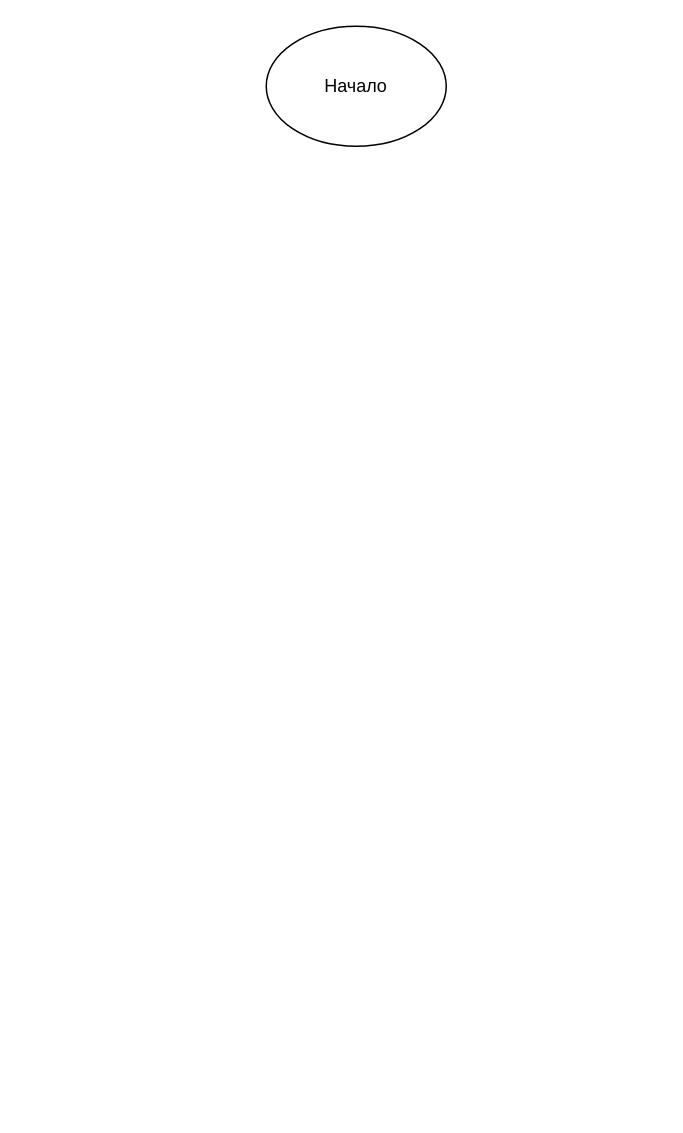
Above: Module12_1.drawio in Khavrolev/UserList (draw.io), before the change. Source tidied: cells renumbered, new cells numbered last; positions are measured from the earlier drawing's top-left corner, leaving out a move shared by most shapes. Both pictures are drawn from the tidied source at 150%, with x=0, y=0 at pixel (266, 26).
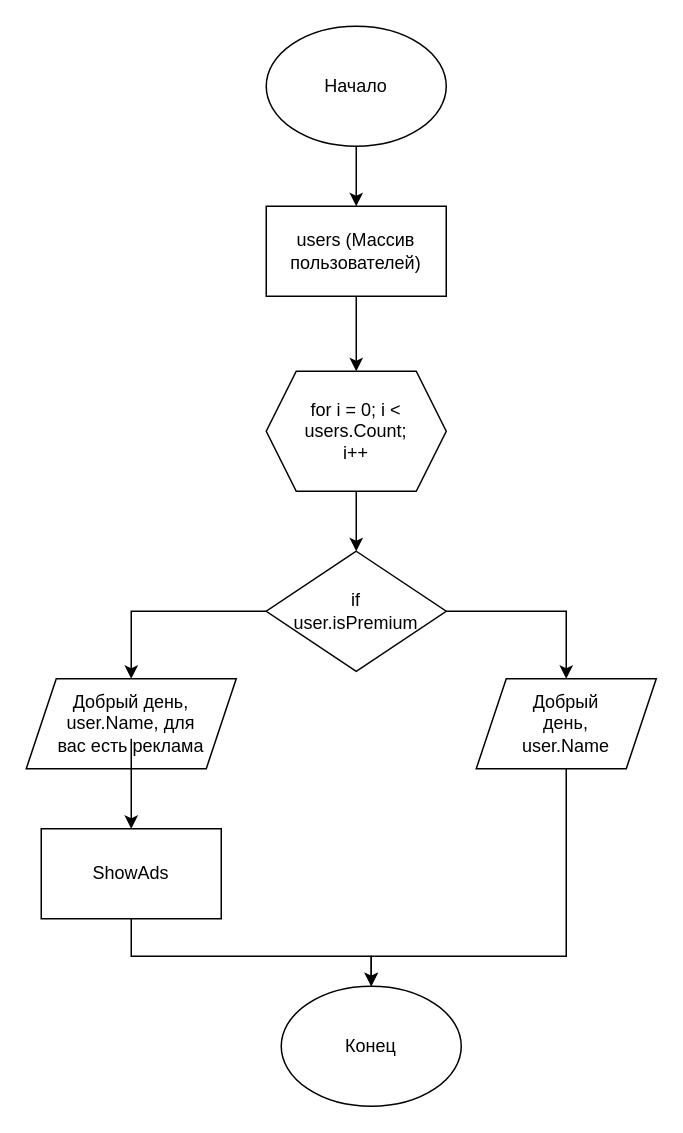
After the change.

Unchanged cells that the change refers to:
```xml
<mxCell id="2" style="ellipse;whiteSpace=wrap;html=1;" parent="1" vertex="1">
  <mxGeometry width="120" height="80" as="geometry" />
</mxCell>
```

The edit, as a diff of the source:
```diff
@@
+    <mxCell id="4" style="edgeStyle=orthogonalEdgeStyle;rounded=0;jettySize=auto;html=1;" parent="1" edge="1" source="5" target="9">
+      <mxGeometry relative="1" as="geometry" />
+    </mxCell>
+    <mxCell id="5" style="rounded=0;whiteSpace=wrap;html=1;" parent="1" vertex="1">
+      <mxGeometry y="120" width="120" height="60" as="geometry" />
+    </mxCell>
+    <mxCell id="6" style="edgeStyle=orthogonalEdgeStyle;rounded=0;jettySize=auto;html=1;" parent="1" edge="1" source="2">
+      <mxGeometry relative="1" as="geometry">
+        <mxPoint x="60" y="120" as="targetPoint" />
+      </mxGeometry>
+    </mxCell>
@@
+    <mxCell id="7" value="users (Массив пользователей)" style="text;html=1;strokeColor=none;fillColor=none;align=center;verticalAlign=middle;whiteSpace=wrap;rounded=0;" parent="1" vertex="1">
+      <mxGeometry x="40" y="140" width="40" height="20" as="geometry" />
+    </mxCell>
+    <mxCell id="8" style="edgeStyle=orthogonalEdgeStyle;rounded=0;jettySize=auto;html=1;" parent="1" edge="1" source="9" target="13">
+      <mxGeometry relative="1" as="geometry" />
+    </mxCell>
+    <mxCell id="9" style="shape=hexagon;perimeter=hexagonPerimeter2;whiteSpace=wrap;html=1;fixedSize=1;" parent="1" vertex="1">
+      <mxGeometry y="230" width="120" height="80" as="geometry" />
+    </mxCell>
+    <mxCell id="10" value="for i = 0; i &amp;lt; users.Count; i++" style="text;html=1;strokeColor=none;fillColor=none;align=center;verticalAlign=middle;whiteSpace=wrap;rounded=0;" parent="1" vertex="1">
+      <mxGeometry x="40" y="260" width="40" height="20" as="geometry" />
+    </mxCell>
+    <mxCell id="11" style="edgeStyle=orthogonalEdgeStyle;rounded=0;jettySize=auto;html=1;" parent="1" edge="1" source="13" target="16">
+      <mxGeometry relative="1" as="geometry" />
+    </mxCell>
+    <mxCell id="12" style="edgeStyle=orthogonalEdgeStyle;rounded=0;jettySize=auto;html=1;" parent="1" edge="1" source="13" target="18">
+      <mxGeometry relative="1" as="geometry" />
+    </mxCell>
+    <mxCell id="13" style="rhombus;whiteSpace=wrap;html=1;" parent="1" vertex="1">
+      <mxGeometry y="350" width="120" height="80" as="geometry" />
+    </mxCell>
+    <mxCell id="14" value="if user.isPremium" style="text;html=1;strokeColor=none;fillColor=none;align=center;verticalAlign=middle;whiteSpace=wrap;rounded=0;" parent="1" vertex="1">
+      <mxGeometry x="40" y="380" width="40" height="20" as="geometry" />
+    </mxCell>
+    <mxCell id="15" style="edgeStyle=orthogonalEdgeStyle;rounded=0;jettySize=auto;html=1;entryX=0.5;entryY=0;entryDx=0;entryDy=0;" parent="1" edge="1" source="16" target="24">
+      <mxGeometry relative="1" as="geometry">
+        <Array as="points">
+          <mxPoint x="200" y="620" />
+          <mxPoint x="70" y="620" />
+        </Array>
+      </mxGeometry>
+    </mxCell>
+    <mxCell id="16" style="shape=parallelogram;perimeter=parallelogramPerimeter;whiteSpace=wrap;html=1;fixedSize=1;" parent="1" vertex="1">
+      <mxGeometry x="140" y="435" width="120" height="60" as="geometry" />
+    </mxCell>
+    <mxCell id="17" value="Добрый день, user.Name" style="text;html=1;strokeColor=none;fillColor=none;align=center;verticalAlign=middle;whiteSpace=wrap;rounded=0;" parent="1" vertex="1">
+      <mxGeometry x="180" y="455" width="40" height="20" as="geometry" />
+    </mxCell>
+    <mxCell id="18" style="shape=parallelogram;perimeter=parallelogramPerimeter;whiteSpace=wrap;html=1;fixedSize=1;" parent="1" vertex="1">
+      <mxGeometry x="-160" y="435" width="140" height="60" as="geometry" />
+    </mxCell>
+    <mxCell id="19" style="edgeStyle=orthogonalEdgeStyle;rounded=0;jettySize=auto;html=1;" parent="1" edge="1" source="20" target="22">
+      <mxGeometry relative="1" as="geometry" />
+    </mxCell>
+    <mxCell id="20" value="Добрый день, user.Name, для вас есть реклама" style="text;html=1;strokeColor=none;fillColor=none;align=center;verticalAlign=middle;whiteSpace=wrap;rounded=0;" parent="1" vertex="1">
+      <mxGeometry x="-140" y="455" width="100" height="20" as="geometry" />
+    </mxCell>
+    <mxCell id="21" style="edgeStyle=orthogonalEdgeStyle;rounded=0;jettySize=auto;html=1;" parent="1" edge="1" source="22" target="24">
+      <mxGeometry relative="1" as="geometry">
+        <Array as="points">
+          <mxPoint x="-90" y="620" />
+          <mxPoint x="70" y="620" />
+        </Array>
+      </mxGeometry>
+    </mxCell>
+    <mxCell id="22" style="whiteSpace=wrap;html=1;" parent="1" vertex="1">
+      <mxGeometry x="-150" y="535" width="120" height="60" as="geometry" />
+    </mxCell>
+    <mxCell id="23" value="ShowAds" style="text;html=1;strokeColor=none;fillColor=none;align=center;verticalAlign=middle;whiteSpace=wrap;rounded=0;" parent="1" vertex="1">
+      <mxGeometry x="-110" y="555" width="40" height="20" as="geometry" />
+    </mxCell>
+    <mxCell id="24" style="ellipse;whiteSpace=wrap;html=1;" parent="1" vertex="1">
+      <mxGeometry x="10" y="640" width="120" height="80" as="geometry" />
+    </mxCell>
+    <mxCell id="25" value="Конец" style="text;html=1;strokeColor=none;fillColor=none;align=center;verticalAlign=middle;whiteSpace=wrap;rounded=0;" parent="1" vertex="1">
+      <mxGeometry x="50" y="670" width="40" height="20" as="geometry" />
+    </mxCell>
```
